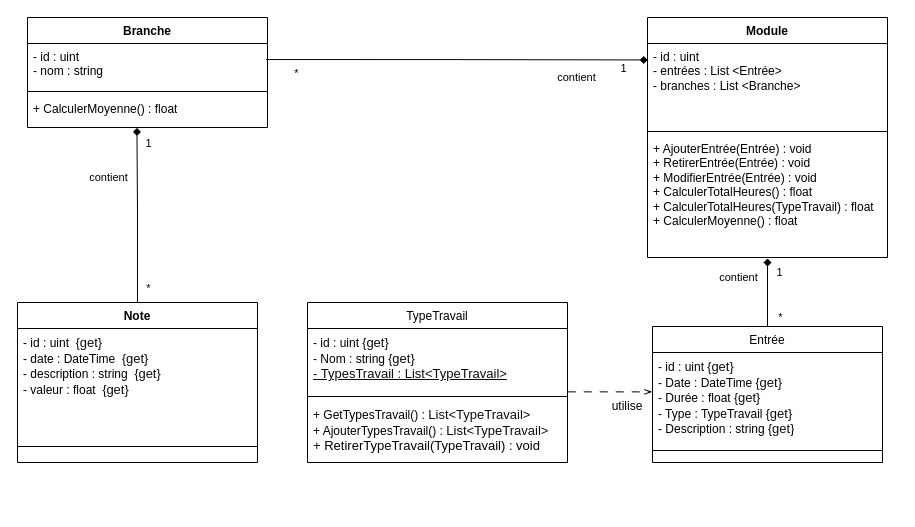
Hoferlukaslh/ScholarLog keeps this draw.io diagram as page "Models Classes" (2 of 3) of Diagrammes/Diagrammes.drawio. Above is the earlier version. Source tidied: cells renumbered, new cells numbered last; positions are measured from the earlier drawing's top-left corner, leaving out a move shared by most shapes. Both pictures are drawn from the tidied source at 100%, with x=0, y=0 at pixel (17, 17).
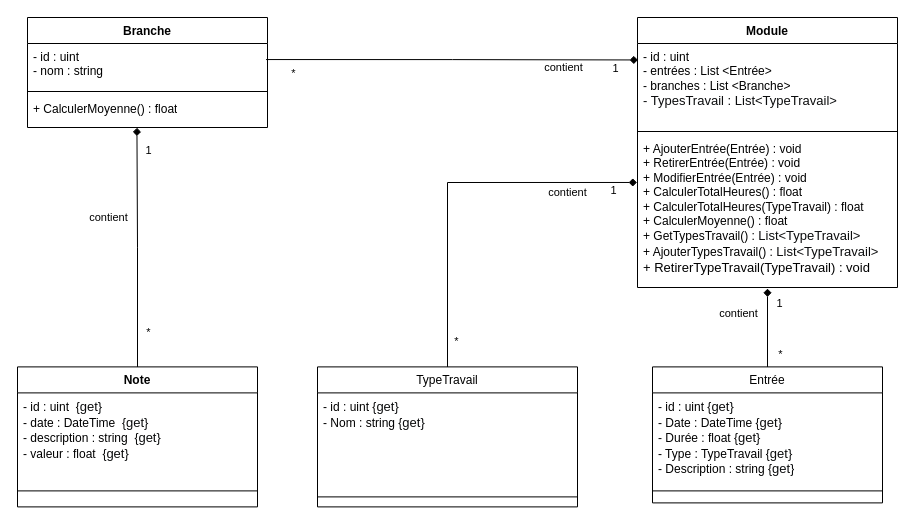
The same diagram, later.

Unchanged cells that the change refers to:
```xml
<mxCell id="7" value="- id : uint {&lt;font color=&quot;#0c0d0e&quot;&gt;&lt;span style=&quot;font-size: 13px;&quot;&gt;get}&lt;/span&gt;&lt;/font&gt;&lt;div&gt;- Date : DateTime&amp;nbsp;&lt;span style=&quot;background-color: transparent; color: light-dark(rgb(0, 0, 0), rgb(255, 255, 255));&quot;&gt;{&lt;/span&gt;&lt;font color=&quot;#0c0d0e&quot; style=&quot;background-color: transparent;&quot;&gt;&lt;span style=&quot;font-size: 13px;&quot;&gt;get}&lt;/span&gt;&lt;/font&gt;&lt;/div&gt;&lt;div&gt;- Durée : float {&lt;font color=&quot;#0c0d0e&quot;&gt;&lt;span style=&quot;font-size: 13px;&quot;&gt;get}&lt;/span&gt;&lt;/font&gt;&lt;br&gt;- Type : TypeTravail&amp;nbsp;&lt;span style=&quot;background-color: transparent; color: light-dark(rgb(0, 0, 0), rgb(255, 255, 255));&quot;&gt;{&lt;/span&gt;&lt;font color=&quot;#0c0d0e&quot; style=&quot;background-color: transparent;&quot;&gt;&lt;span style=&quot;font-size: 13px;&quot;&gt;get}&lt;/span&gt;&lt;/font&gt;&lt;/div&gt;&lt;div&gt;- Description : string&amp;nbsp;&lt;span style=&quot;background-color: transparent; color: light-dark(rgb(0, 0, 0), rgb(255, 255, 255));&quot;&gt;{&lt;/span&gt;&lt;font color=&quot;#0c0d0e&quot; style=&quot;background-color: transparent;&quot;&gt;&lt;span style=&quot;font-size: 13px;&quot;&gt;get}&lt;/span&gt;&lt;/font&gt;&lt;/div&gt;" style="text;strokeColor=none;fillColor=none;align=left;verticalAlign=top;spacingLeft=4;spacingRight=4;overflow=hidden;points=[[0,0.5],[1,0.5]];portConstraint=eastwest;whiteSpace=wrap;html=1;" parent="6" vertex="1">
  <mxGeometry y="26" width="230" height="94" as="geometry" />
</mxCell>
<mxCell id="22" style="edgeStyle=orthogonalEdgeStyle;rounded=0;jettySize=auto;html=1;endArrow=diamond;endFill=1;exitX=0.994;exitY=0.365;exitDx=0;exitDy=0;exitPerimeter=0;entryX=0.002;entryY=0.196;entryDx=0;entryDy=0;entryPerimeter=0;" parent="1" edge="1" source="19" target="3">
  <mxGeometry relative="1" as="geometry" />
</mxCell>
```

What changed in the source:
```diff
@@
     <mxCell id="2" value="Module" style="swimlane;fontStyle=1;align=center;verticalAlign=top;horizontal=1;startSize=26;whiteSpace=wrap;html=1;" parent="1" vertex="1">
-      <mxGeometry x="630" width="240" height="240" as="geometry" />
+      <mxGeometry x="620" width="260" height="270" as="geometry" />
     </mxCell>
-    <mxCell id="3" value="- id : uint&lt;div&gt;&lt;div&gt;&lt;div&gt;- entrées : List &amp;lt;Entrée&amp;gt;&lt;/div&gt;&lt;/div&gt;&lt;/div&gt;&lt;div&gt;- branches : List &amp;lt;Branche&amp;gt;&lt;/div&gt;&lt;div&gt;&lt;br&gt;&lt;/div&gt;" style="text;strokeColor=none;fillColor=none;align=left;verticalAlign=top;spacingLeft=4;spacingRight=4;overflow=hidden;points=[[0,0.5],[1,0.5]];portConstraint=eastwest;whiteSpace=wrap;html=1;" parent="2" vertex="1">
-      <mxGeometry y="26" width="240" height="84" as="geometry" />
+    <mxCell id="3" value="- id : uint&lt;div&gt;&lt;div&gt;&lt;div&gt;- entrées : List &amp;lt;Entrée&amp;gt;&lt;/div&gt;&lt;/div&gt;&lt;/div&gt;&lt;div&gt;- branches : List &amp;lt;Branche&amp;gt;&lt;/div&gt;&lt;div&gt;&lt;span style=&quot;color: rgb(12, 13, 14); font-size: 13px;&quot;&gt;-&lt;/span&gt;&lt;span style=&quot;color: rgb(12, 13, 14); font-size: 13px;&quot;&gt; TypesTravail : List&amp;lt;TypeTravail&amp;gt;&lt;/span&gt;&lt;/div&gt;" style="text;strokeColor=none;fillColor=none;align=left;verticalAlign=top;spacingLeft=4;spacingRight=4;overflow=hidden;points=[[0,0.5],[1,0.5]];portConstraint=eastwest;whiteSpace=wrap;html=1;" parent="2" vertex="1">
+      <mxGeometry y="26" width="260" height="84" as="geometry" />
     </mxCell>
     <mxCell id="4" style="line;strokeWidth=1;fillColor=none;align=left;verticalAlign=middle;spacingTop=-1;spacingLeft=3;spacingRight=3;labelPosition=right;strokeColor=inherit;" parent="2" vertex="1">
-      <mxGeometry y="110" width="240" height="8" as="geometry" />
+      <mxGeometry y="110" width="260" height="8" as="geometry" />
     </mxCell>
-    <mxCell id="5" value="&lt;div&gt;+ AjouterEntrée(Entrée) : void&lt;/div&gt;&lt;div&gt;+&lt;span style=&quot;color: light-dark(rgb(0, 0, 0), rgb(255, 255, 255)); background-color: transparent;&quot;&gt;&amp;nbsp;RetirerEntrée(Entrée) : void&lt;/span&gt;&lt;/div&gt;&lt;div&gt;+ ModifierEntrée(Entrée) : void&lt;/div&gt;&lt;div&gt;&lt;div&gt;+ CalculerTotalHeures() : float&lt;/div&gt;&lt;div&gt;&lt;div&gt;+ CalculerTotalHeures(TypeTravail) : float&lt;/div&gt;&lt;div&gt;+ CalculerMoyenne() : float&lt;/div&gt;&lt;/div&gt;&lt;/div&gt;&lt;div&gt;&lt;br&gt;&lt;/div&gt;" style="text;strokeColor=none;fillColor=none;align=left;verticalAlign=top;spacingLeft=4;spacingRight=4;overflow=hidden;points=[[0,0.5],[1,0.5]];portConstraint=eastwest;whiteSpace=wrap;html=1;" parent="2" vertex="1">
-      <mxGeometry y="118" width="240" height="122" as="geometry" />
+    <mxCell id="5" value="&lt;div&gt;+ AjouterEntrée(Entrée) : void&lt;/div&gt;&lt;div&gt;+&lt;span style=&quot;color: light-dark(rgb(0, 0, 0), rgb(255, 255, 255)); background-color: transparent;&quot;&gt;&amp;nbsp;RetirerEntrée(Entrée) : void&lt;/span&gt;&lt;/div&gt;&lt;div&gt;+ ModifierEntrée(Entrée) : void&lt;/div&gt;&lt;div&gt;&lt;div&gt;+ CalculerTotalHeures() : float&lt;/div&gt;&lt;div&gt;&lt;div&gt;+ CalculerTotalHeures(TypeTravail) : float&lt;/div&gt;&lt;div&gt;+ CalculerMoyenne() : float&lt;/div&gt;&lt;/div&gt;&lt;/div&gt;&lt;div&gt;+ GetTypesTravail() :&amp;nbsp;&lt;span style=&quot;color: rgb(12, 13, 14); font-size: 13px;&quot;&gt;List&amp;lt;TypeTravail&amp;gt;&lt;br&gt;&lt;/span&gt;&lt;span style=&quot;color: rgb(0, 0, 0);&quot;&gt;+ AjouterTypesTravail() :&amp;nbsp;&lt;/span&gt;&lt;font color=&quot;#0c0d0e&quot;&gt;&lt;span style=&quot;font-size: 13px;&quot;&gt;List&amp;lt;TypeTravail&amp;gt;&lt;br&gt;&lt;/span&gt;&lt;/font&gt;&lt;span style=&quot;font-size: 13px;&quot;&gt;+ RetirerTypeTravail(TypeTravail) : void&lt;/span&gt;&lt;/div&gt;" style="text;strokeColor=none;fillColor=none;align=left;verticalAlign=top;spacingLeft=4;spacingRight=4;overflow=hidden;points=[[0,0.5],[1,0.5]];portConstraint=eastwest;whiteSpace=wrap;html=1;" parent="2" vertex="1">
+      <mxGeometry y="118" width="260" height="152" as="geometry" />
     </mxCell>
     <mxCell id="6" value="&lt;span style=&quot;font-weight: 400; text-align: left;&quot;&gt;Entrée&lt;/span&gt;" style="swimlane;fontStyle=1;align=center;verticalAlign=top;horizontal=1;startSize=26;whiteSpace=wrap;html=1;" parent="1" vertex="1">
-      <mxGeometry x="635" y="309" width="230" height="136" as="geometry" />
+      <mxGeometry x="635" y="349.4" width="230" height="136" as="geometry" />
     </mxCell>
@@
     <mxCell id="10" style="edgeStyle=orthogonalEdgeStyle;rounded=0;jettySize=auto;html=1;entryX=0.5;entryY=1.007;entryDx=0;entryDy=0;endArrow=diamond;endFill=1;entryPerimeter=0;exitX=0.5;exitY=0;exitDx=0;exitDy=0;" parent="1" edge="1" source="6" target="5">
-      <mxGeometry relative="1" as="geometry" />
+      <mxGeometry relative="1" as="geometry">
+        <Array as="points">
+          <mxPoint x="750" y="279" />
+          <mxPoint x="750" y="279" />
+        </Array>
+      </mxGeometry>
     </mxCell>
@@
     <mxCell id="14" value="&lt;span style=&quot;font-weight: 400; text-align: left;&quot;&gt;TypeTravail&lt;/span&gt;" style="swimlane;fontStyle=1;align=center;verticalAlign=top;horizontal=1;startSize=26;whiteSpace=wrap;html=1;" parent="1" vertex="1">
-      <mxGeometry x="290" y="285" width="260" height="160" as="geometry" />
+      <mxGeometry x="300" y="349.4" width="260" height="140" as="geometry" />
     </mxCell>
-    <mxCell id="15" value="- id : uint {&lt;font color=&quot;#0c0d0e&quot;&gt;&lt;span style=&quot;font-size: 13px;&quot;&gt;get}&lt;/span&gt;&lt;/font&gt;&lt;br&gt;- Nom : string {&lt;font color=&quot;#0c0d0e&quot;&gt;&lt;span style=&quot;font-size: 13px;&quot;&gt;get}&lt;/span&gt;&lt;/font&gt;&lt;div&gt;&lt;font color=&quot;#0c0d0e&quot;&gt;&lt;span style=&quot;font-size: 13px;&quot;&gt;&lt;u&gt;- TypesTravail : List&amp;lt;TypeTravail&amp;gt;&lt;/u&gt;&lt;br&gt;&lt;/span&gt;&lt;/font&gt;&lt;div&gt;&lt;font color=&quot;#0c0d0e&quot;&gt;&lt;span style=&quot;font-size: 13px;&quot;&gt;&lt;br&gt;&lt;/span&gt;&lt;/font&gt;&lt;/div&gt;&lt;/div&gt;" style="text;strokeColor=none;fillColor=none;align=left;verticalAlign=top;spacingLeft=4;spacingRight=4;overflow=hidden;points=[[0,0.5],[1,0.5]];portConstraint=eastwest;whiteSpace=wrap;html=1;" parent="14" vertex="1">
-      <mxGeometry y="26" width="260" height="64" as="geometry" />
+    <mxCell id="15" value="- id : uint {&lt;font color=&quot;#0c0d0e&quot;&gt;&lt;span style=&quot;font-size: 13px;&quot;&gt;get}&lt;/span&gt;&lt;/font&gt;&lt;br&gt;- Nom : string {&lt;font color=&quot;#0c0d0e&quot;&gt;&lt;span style=&quot;font-size: 13px;&quot;&gt;get}&lt;/span&gt;&lt;/font&gt;&lt;div&gt;&lt;font color=&quot;#0c0d0e&quot;&gt;&lt;span style=&quot;font-size: 13px;&quot;&gt;&lt;br&gt;&lt;/span&gt;&lt;/font&gt;&lt;div&gt;&lt;font color=&quot;#0c0d0e&quot;&gt;&lt;span style=&quot;font-size: 13px;&quot;&gt;&lt;br&gt;&lt;/span&gt;&lt;/font&gt;&lt;/div&gt;&lt;/div&gt;" style="text;strokeColor=none;fillColor=none;align=left;verticalAlign=top;spacingLeft=4;spacingRight=4;overflow=hidden;points=[[0,0.5],[1,0.5]];portConstraint=eastwest;whiteSpace=wrap;html=1;" parent="14" vertex="1">
+      <mxGeometry y="26" width="260" height="94" as="geometry" />
     </mxCell>
     <mxCell id="16" style="line;strokeWidth=1;fillColor=none;align=left;verticalAlign=middle;spacingTop=-1;spacingLeft=3;spacingRight=3;labelPosition=right;strokeColor=inherit;" parent="14" vertex="1">
-      <mxGeometry y="90" width="260" height="8" as="geometry" />
+      <mxGeometry y="120" width="260" height="20" as="geometry" />
     </mxCell>
-    <mxCell id="17" value="+ GetTypesTravail() :&amp;nbsp;&lt;font&gt;&lt;span style=&quot;color: rgb(12, 13, 14); font-size: 13px;&quot;&gt;List&amp;lt;TypeTravail&amp;gt;&lt;br&gt;&lt;/span&gt;&lt;span style=&quot;color: rgb(0, 0, 0);&quot;&gt;+ AjouterTypesTravail() :&amp;nbsp;&lt;/span&gt;&lt;font color=&quot;#0c0d0e&quot;&gt;&lt;span style=&quot;font-size: 13px;&quot;&gt;List&amp;lt;TypeTravail&amp;gt;&lt;br&gt;&lt;/span&gt;&lt;/font&gt;&lt;span style=&quot;font-size: 13px;&quot;&gt;+ RetirerTypeTravail(TypeTravail) : void&lt;/span&gt;&lt;/font&gt;" style="text;strokeColor=none;fillColor=none;align=left;verticalAlign=top;spacingLeft=4;spacingRight=4;overflow=hidden;whiteSpace=wrap;html=1;" parent="14" vertex="1">
-      <mxGeometry y="98" width="260" height="62" as="geometry" />
-    </mxCell>
@@
     <mxCell id="25" value="contient" style="edgeLabel;html=1;align=center;verticalAlign=middle;" parent="22" vertex="1">
       <mxGeometry x="-0.26" y="3" relative="1" as="geometry">
-        <mxPoint x="169" y="20" as="offset" />
+        <mxPoint x="159" y="10" as="offset" />
       </mxGeometry>
     </mxCell>
     <mxCell id="26" value="Note" style="swimlane;fontStyle=1;align=center;verticalAlign=top;horizontal=1;startSize=26;whiteSpace=wrap;html=1;" parent="1" vertex="1">
-      <mxGeometry y="285" width="240" height="160" as="geometry" />
+      <mxGeometry y="349.4" width="240" height="140" as="geometry" />
     </mxCell>
     <mxCell id="27" value="- id : uint&amp;nbsp;&amp;nbsp;{&lt;font color=&quot;#0c0d0e&quot;&gt;&lt;span style=&quot;font-size: 13px;&quot;&gt;get}&lt;/span&gt;&lt;/font&gt;&lt;div&gt;&lt;div&gt;&lt;div&gt;- date : DateTime&amp;nbsp;&lt;span style=&quot;background-color: transparent; color: light-dark(rgb(0, 0, 0), rgb(255, 255, 255));&quot;&gt;&amp;nbsp;&lt;/span&gt;&lt;span style=&quot;background-color: transparent; color: light-dark(rgb(0, 0, 0), rgb(255, 255, 255));&quot;&gt;{&lt;/span&gt;&lt;font color=&quot;#0c0d0e&quot; style=&quot;background-color: transparent;&quot;&gt;&lt;span style=&quot;font-size: 13px;&quot;&gt;get}&lt;/span&gt;&lt;/font&gt;&lt;/div&gt;&lt;/div&gt;&lt;/div&gt;&lt;div&gt;- description : string&amp;nbsp;&lt;span style=&quot;background-color: transparent; color: light-dark(rgb(0, 0, 0), rgb(255, 255, 255));&quot;&gt;&amp;nbsp;&lt;/span&gt;&lt;span style=&quot;background-color: transparent; color: light-dark(rgb(0, 0, 0), rgb(255, 255, 255));&quot;&gt;{&lt;/span&gt;&lt;font color=&quot;#0c0d0e&quot; style=&quot;background-color: transparent;&quot;&gt;&lt;span style=&quot;font-size: 13px;&quot;&gt;get}&lt;/span&gt;&lt;/font&gt;&lt;/div&gt;&lt;div&gt;- valeur : float&amp;nbsp;&lt;span style=&quot;background-color: transparent; color: light-dark(rgb(0, 0, 0), rgb(255, 255, 255));&quot;&gt;&amp;nbsp;&lt;/span&gt;&lt;span style=&quot;background-color: transparent; color: light-dark(rgb(0, 0, 0), rgb(255, 255, 255));&quot;&gt;{&lt;/span&gt;&lt;font color=&quot;#0c0d0e&quot; style=&quot;background-color: transparent;&quot;&gt;&lt;span style=&quot;font-size: 13px;&quot;&gt;get}&lt;/span&gt;&lt;/font&gt;&lt;/div&gt;" style="text;strokeColor=none;fillColor=none;align=left;verticalAlign=top;spacingLeft=4;spacingRight=4;overflow=hidden;whiteSpace=wrap;html=1;" parent="26" vertex="1">
-      <mxGeometry y="26" width="240" height="114" as="geometry" />
+      <mxGeometry y="26" width="240" height="94" as="geometry" />
     </mxCell>
     <mxCell id="28" style="line;strokeWidth=1;fillColor=none;align=left;verticalAlign=middle;spacingTop=-1;spacingLeft=3;spacingRight=3;labelPosition=right;strokeColor=inherit;" parent="26" vertex="1">
-      <mxGeometry y="140" width="240" height="8" as="geometry" />
+      <mxGeometry y="120" width="240" height="8" as="geometry" />
     </mxCell>
     <mxCell id="29" value="&lt;div&gt;&lt;br&gt;&lt;/div&gt;" style="text;strokeColor=none;fillColor=none;align=left;verticalAlign=top;spacingLeft=4;spacingRight=4;overflow=hidden;whiteSpace=wrap;html=1;" parent="26" vertex="1">
-      <mxGeometry y="148" width="240" height="12" as="geometry" />
+      <mxGeometry y="128" width="240" height="12" as="geometry" />
     </mxCell>
@@
-    <mxCell id="34" style="endArrow=openThin;dashed=1;html=1;rounded=0;exitX=1.001;exitY=0.99;exitDx=0;exitDy=0;entryX=-0.001;entryY=0.419;entryDx=0;entryDy=0;entryPerimeter=0;dashPattern=8 8;exitPerimeter=0;endFill=0;" parent="1" edge="1" source="15" target="7">
-      <mxGeometry relative="1" as="geometry" />
-    </mxCell>
-    <mxCell id="35" value="utilise" style="text;html=1;whiteSpace=wrap;strokeColor=none;fillColor=none;align=center;verticalAlign=middle;rounded=0;" parent="1" vertex="1">
-      <mxGeometry x="580" y="379" width="60" height="19" as="geometry" />
-    </mxCell>
+    <mxCell id="36" style="edgeStyle=orthogonalEdgeStyle;rounded=0;jettySize=auto;html=1;endArrow=diamond;endFill=1;exitX=0.5;exitY=0;exitDx=0;exitDy=0;entryX=-0.002;entryY=0.309;entryDx=0;entryDy=0;entryPerimeter=0;" parent="1" edge="1" source="14" target="5">
+      <mxGeometry relative="1" as="geometry" />
+    </mxCell>
+    <mxCell id="37" value="1" style="edgeLabel;html=1;align=center;verticalAlign=middle;" parent="36" vertex="1">
+      <mxGeometry x="0.77" y="1" relative="1" as="geometry">
+        <mxPoint x="19" y="9" as="offset" />
+      </mxGeometry>
+    </mxCell>
+    <mxCell id="38" value="*" style="edgeLabel;html=1;align=center;verticalAlign=middle;" parent="36" vertex="1">
+      <mxGeometry x="-0.39" y="-1" relative="1" as="geometry">
+        <mxPoint x="7" y="88" as="offset" />
+      </mxGeometry>
+    </mxCell>
+    <mxCell id="39" value="contient" style="edgeLabel;html=1;align=center;verticalAlign=middle;" parent="36" vertex="1">
+      <mxGeometry x="-0.26" y="3" relative="1" as="geometry">
+        <mxPoint x="122" y="-37" as="offset" />
+      </mxGeometry>
+    </mxCell>
```
